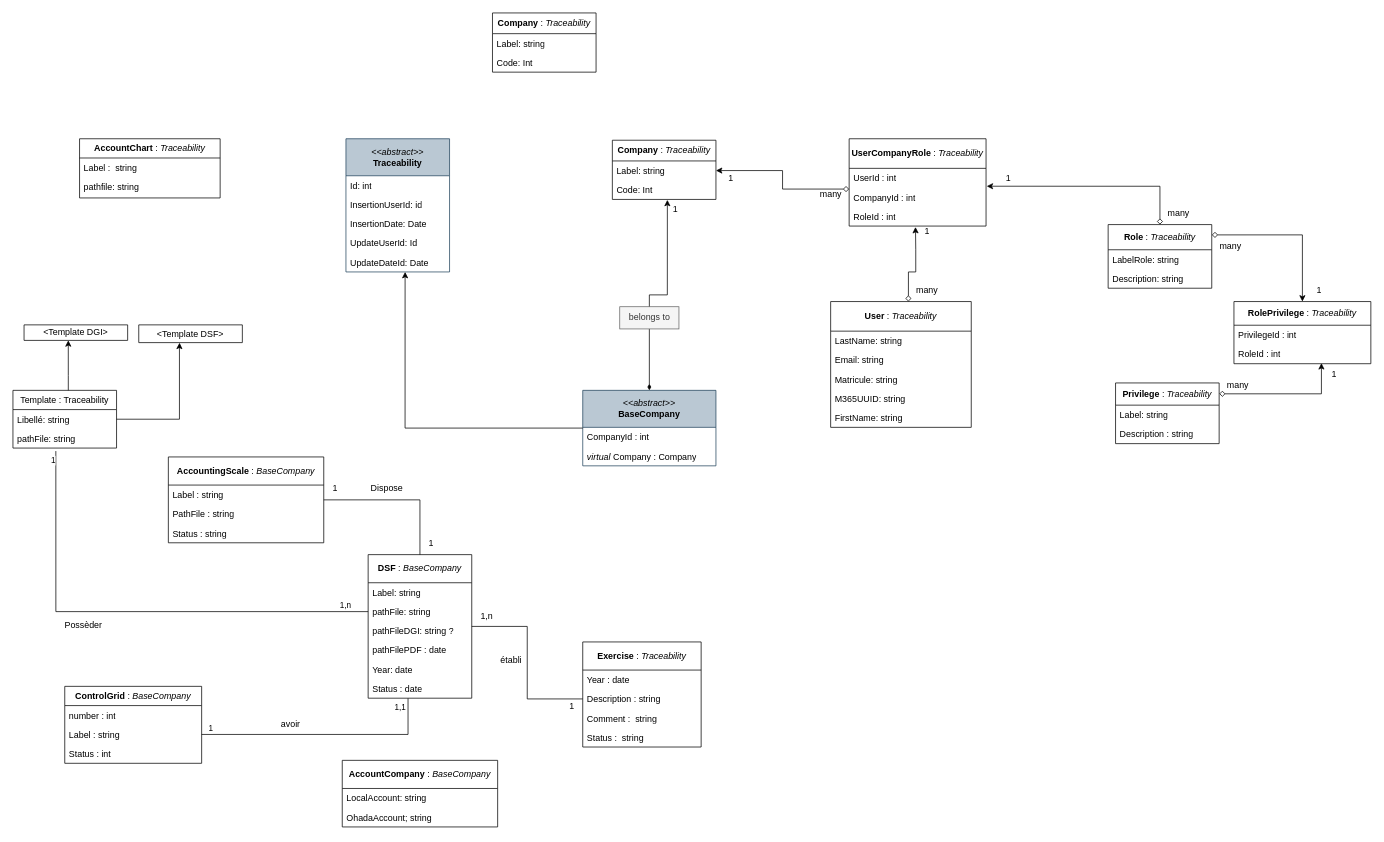
This is page "Diagramme_classe" (1 of 5) of Conception_DSF.drawio from Michelle-Ngami/Conception_DSF, a draw.io file, before an edit. Source tidied: cells renumbered, new cells numbered last; positions are measured from the earlier drawing's top-left corner, leaving out a move shared by most shapes. Both pictures are drawn from the tidied source at 74%, with x=0, y=0 at pixel (13, 13).
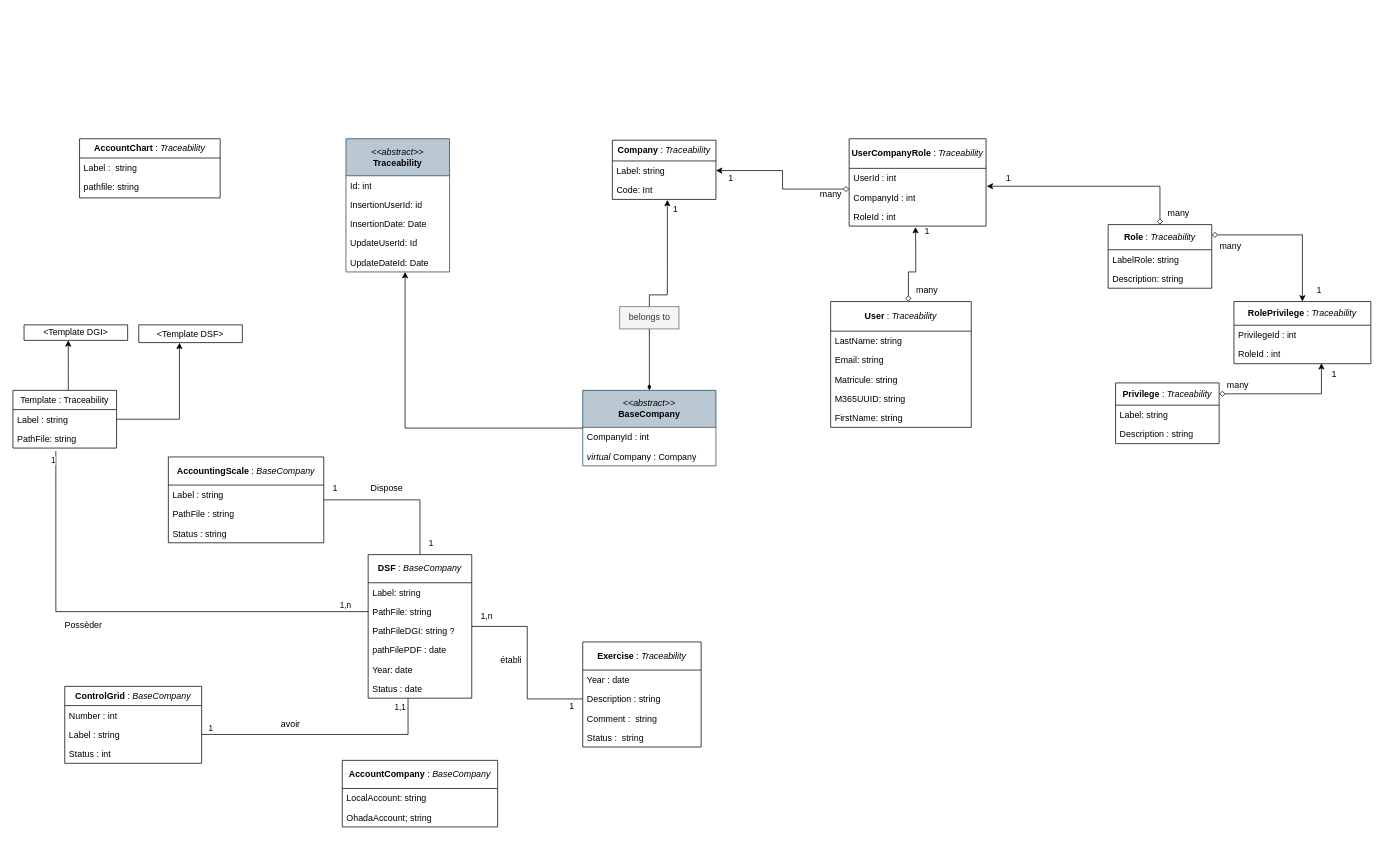
The same page after the edit.

Unchanged cells that the change refers to:
```xml
<mxCell id="18" value="&lt;b&gt;DSF &lt;/b&gt;: &lt;i&gt;BaseCompany&lt;/i&gt;" style="swimlane;fontStyle=0;horizontal=1;startSize=38;fillColor=none;whiteSpace=wrap;html=1;" parent="1" vertex="1">
  <mxGeometry x="480" y="732" width="140" height="194" as="geometry" />
</mxCell>
<mxCell id="33" value="Template : Traceability" style="swimlane;fontStyle=0;horizontal=1;startSize=26;fillColor=none;whiteSpace=wrap;html=1;" parent="1" vertex="1">
  <mxGeometry y="510" width="140" height="78" as="geometry" />
</mxCell>
<mxCell id="36" value="&lt;b&gt;ControlGrid&amp;nbsp;&lt;/b&gt;: &lt;i&gt;BaseCompany&lt;/i&gt;" style="swimlane;fontStyle=0;horizontal=1;startSize=26;fillColor=none;whiteSpace=wrap;html=1;" parent="1" vertex="1">
  <mxGeometry x="70" y="910" width="185" height="104" as="geometry" />
</mxCell>
```

The edit, as a diff of the source:
```diff
@@
-    <mxCell id="20" value="pathFile: string" style="text;strokeColor=none;fillColor=none;align=left;verticalAlign=top;spacingLeft=4;spacingRight=4;overflow=hidden;points=[[0,0.5],[1,0.5]];portConstraint=eastwest;whiteSpace=wrap;html=1;" parent="18" vertex="1">
+    <mxCell id="20" value="PathFile: string" style="text;strokeColor=none;fillColor=none;align=left;verticalAlign=top;spacingLeft=4;spacingRight=4;overflow=hidden;points=[[0,0.5],[1,0.5]];portConstraint=eastwest;whiteSpace=wrap;html=1;" parent="18" vertex="1">
       <mxGeometry y="64" width="140" height="26" as="geometry" />
     </mxCell>
-    <mxCell id="21" value="pathFileDGI: string ?" style="text;strokeColor=none;fillColor=none;align=left;verticalAlign=top;spacingLeft=4;spacingRight=4;overflow=hidden;whiteSpace=wrap;html=1;" parent="18" vertex="1">
+    <mxCell id="21" value="PathFileDGI: string ?" style="text;strokeColor=none;fillColor=none;align=left;verticalAlign=top;spacingLeft=4;spacingRight=4;overflow=hidden;whiteSpace=wrap;html=1;" parent="18" vertex="1">
       <mxGeometry y="90" width="140" height="26" as="geometry" />
     </mxCell>
@@
-    <mxCell id="34" value="Libellé: string" style="text;strokeColor=none;fillColor=none;align=left;verticalAlign=top;spacingLeft=4;spacingRight=4;overflow=hidden;whiteSpace=wrap;html=1;" parent="33" vertex="1">
+    <mxCell id="34" value="Label : string" style="text;strokeColor=none;fillColor=none;align=left;verticalAlign=top;spacingLeft=4;spacingRight=4;overflow=hidden;whiteSpace=wrap;html=1;" parent="33" vertex="1">
       <mxGeometry y="26" width="140" height="26" as="geometry" />
     </mxCell>
-    <mxCell id="35" value="pathFile: string" style="text;strokeColor=none;fillColor=none;align=left;verticalAlign=top;spacingLeft=4;spacingRight=4;overflow=hidden;points=[[0,0.5],[1,0.5]];portConstraint=eastwest;whiteSpace=wrap;html=1;" parent="33" vertex="1">
+    <mxCell id="35" value="PathFile: string" style="text;strokeColor=none;fillColor=none;align=left;verticalAlign=top;spacingLeft=4;spacingRight=4;overflow=hidden;points=[[0,0.5],[1,0.5]];portConstraint=eastwest;whiteSpace=wrap;html=1;" parent="33" vertex="1">
       <mxGeometry y="52" width="140" height="26" as="geometry" />
     </mxCell>
@@
-    <mxCell id="37" value="number : int" style="text;strokeColor=none;fillColor=none;align=left;verticalAlign=top;spacingLeft=4;spacingRight=4;overflow=hidden;whiteSpace=wrap;html=1;" parent="36" vertex="1">
+    <mxCell id="37" value="Number : int" style="text;strokeColor=none;fillColor=none;align=left;verticalAlign=top;spacingLeft=4;spacingRight=4;overflow=hidden;whiteSpace=wrap;html=1;" parent="36" vertex="1">
       <mxGeometry y="26" width="185" height="26" as="geometry" />
     </mxCell>
@@
-    <mxCell id="101" value="&lt;b&gt;Company &lt;/b&gt;: &lt;i&gt;Traceability&lt;/i&gt;" style="swimlane;fontStyle=0;horizontal=1;startSize=28;fillColor=none;whiteSpace=wrap;html=1;" parent="1" vertex="1">
-      <mxGeometry x="648" width="140" height="80" as="geometry" />
-    </mxCell>
-    <mxCell id="102" value="Label: string" style="text;strokeColor=none;fillColor=none;align=left;verticalAlign=top;spacingLeft=4;spacingRight=4;overflow=hidden;whiteSpace=wrap;html=1;" parent="101" vertex="1">
-      <mxGeometry y="28" width="140" height="26" as="geometry" />
-    </mxCell>
-    <mxCell id="103" value="Code: Int" style="text;strokeColor=none;fillColor=none;align=left;verticalAlign=top;spacingLeft=4;spacingRight=4;overflow=hidden;whiteSpace=wrap;html=1;" parent="101" vertex="1">
-      <mxGeometry y="54" width="140" height="26" as="geometry" />
-    </mxCell>
```
